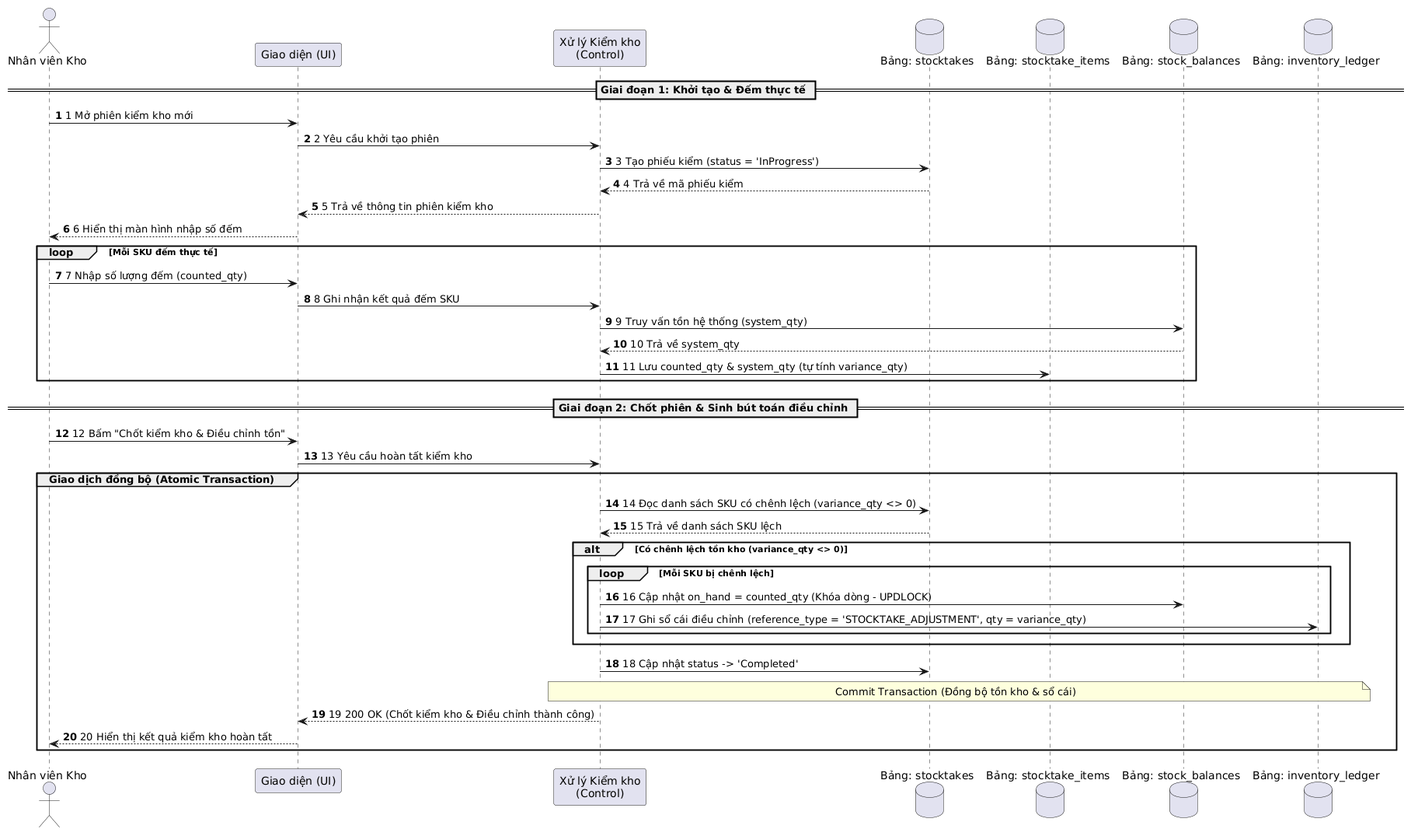
Before: docs/Sequence/3.7.png, a diagram exported from PlantUML (dinhquyy2/TKCSDL).
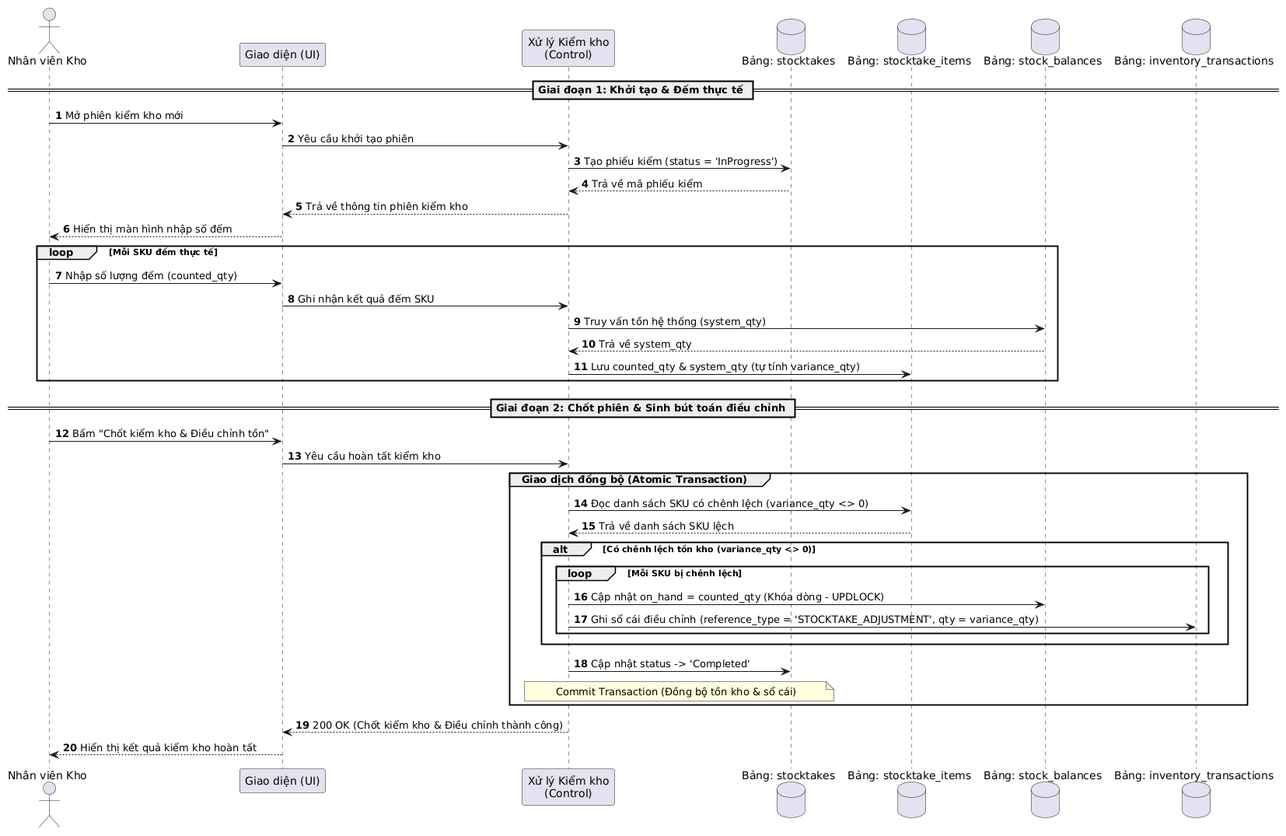
Above is the later version.

Commit message:
Cập nhật hình 3.7

Change to the diagram source:
```diff
@@ -1,49 +1,51 @@
 @startuml
 autonumber
 
-actor "Nhân viên Kho" as NV
+actor "Nhân viên Kho" as Staff
 participant "Giao diện (UI)" as UI
 participant "Xử lý Kiểm kho\n(Control)" as Ctrl
 database "Bảng: stocktakes" as ST
 database "Bảng: stocktake_items" as STI
 database "Bảng: stock_balances" as SB
-database "Bảng: inventory_ledger" as IL
+database "Bảng: inventory_transactions" as IT
 
 == Giai đoạn 1: Khởi tạo & Đếm thực tế ==
-NV -> UI: 1 Mở phiên kiểm kho mới
-UI -> Ctrl: 2 Yêu cầu khởi tạo phiên
-Ctrl -> ST: 3 Tạo phiếu kiểm (status = 'InProgress')
-ST --> Ctrl: 4 Trả về mã phiếu kiểm
-Ctrl --> UI: 5 Trả về thông tin phiên kiểm kho
-UI --> NV: 6 Hiển thị màn hình nhập số đếm
+
+Staff -> UI: Mở phiên kiểm kho mới
+UI -> Ctrl: Yêu cầu khởi tạo phiên
+Ctrl -> ST: Tạo phiếu kiểm (status = 'InProgress')
+ST --> Ctrl: Trả về mã phiếu kiểm
+Ctrl --> UI: Trả về thông tin phiên kiểm kho
+UI --> Staff: Hiển thị màn hình nhập số đếm
 
 loop Mỗi SKU đếm thực tế
-    NV -> UI: 7 Nhập số lượng đếm (counted_qty)
-    UI -> Ctrl: 8 Ghi nhận kết quả đếm SKU
-    Ctrl -> SB: 9 Truy vấn tồn hệ thống (system_qty)
-    SB --> Ctrl: 10 Trả về system_qty
-    Ctrl -> STI: 11 Lưu counted_qty & system_qty (tự tính variance_qty)
+    Staff -> UI: Nhập số lượng đếm (counted_qty)
+    UI -> Ctrl: Ghi nhận kết quả đếm SKU
+    Ctrl -> SB: Truy vấn tồn hệ thống (system_qty)
+    SB --> Ctrl: Trả về system_qty
+    Ctrl -> STI: Lưu counted_qty & system_qty (tự tính variance_qty)
 end
 
 == Giai đoạn 2: Chốt phiên & Sinh bút toán điều chỉnh ==
-NV -> UI: 12 Bấm "Chốt kiểm kho & Điều chỉnh tồn"
-UI -> Ctrl: 13 Yêu cầu hoàn tất kiểm kho
+
+Staff -> UI: Bấm "Chốt kiểm kho & Điều chỉnh tồn"
+UI -> Ctrl: Yêu cầu hoàn tất kiểm kho
 
 group Giao dịch đồng bộ (Atomic Transaction)
-    Ctrl -> ST: 14 Đọc danh sách SKU có chênh lệch (variance_qty <> 0)
-    ST --> Ctrl: 15 Trả về danh sách SKU lệch
+    Ctrl -> STI: Đọc danh sách SKU có chênh lệch (variance_qty <> 0)
+    STI --> Ctrl: Trả về danh sách SKU lệch
 
     alt Có chênh lệch tồn kho (variance_qty <> 0)
         loop Mỗi SKU bị chênh lệch
-            Ctrl -> SB: 16 Cập nhật on_hand = counted_qty (Khóa dòng - UPDLOCK)
-            Ctrl -> IL: 17 Ghi sổ cái điều chỉnh (reference_type = 'STOCKTAKE_ADJUSTMENT', qty = variance_qty)
+            Ctrl -> SB: Cập nhật on_hand = counted_qty (Khóa dòng - UPDLOCK)
+            Ctrl -> IT: Ghi sổ cái điều chỉnh (reference_type = 'STOCKTAKE_ADJUSTMENT', qty = variance_qty)
         end
     end
 
-    Ctrl -> ST: 18 Cập nhật status -> 'Completed'
-    note over Ctrl, IL: Commit Transaction (Đồng bộ tồn kho & sổ cái)
+    Ctrl -> ST: Cập nhật status -> 'Completed'
+    note over Ctrl, ST: Commit Transaction (Đồng bộ tồn kho & sổ cái)
+end
 
-    Ctrl --> UI: 19 200 OK (Chốt kiểm kho & Điều chỉnh thành công)
-    UI --> NV: 20 Hiển thị kết quả kiểm kho hoàn tất
-end
+Ctrl --> UI: 200 OK (Chốt kiểm kho & Điều chỉnh thành công)
+UI --> Staff: Hiển thị kết quả kiểm kho hoàn tất
 @enduml
```
